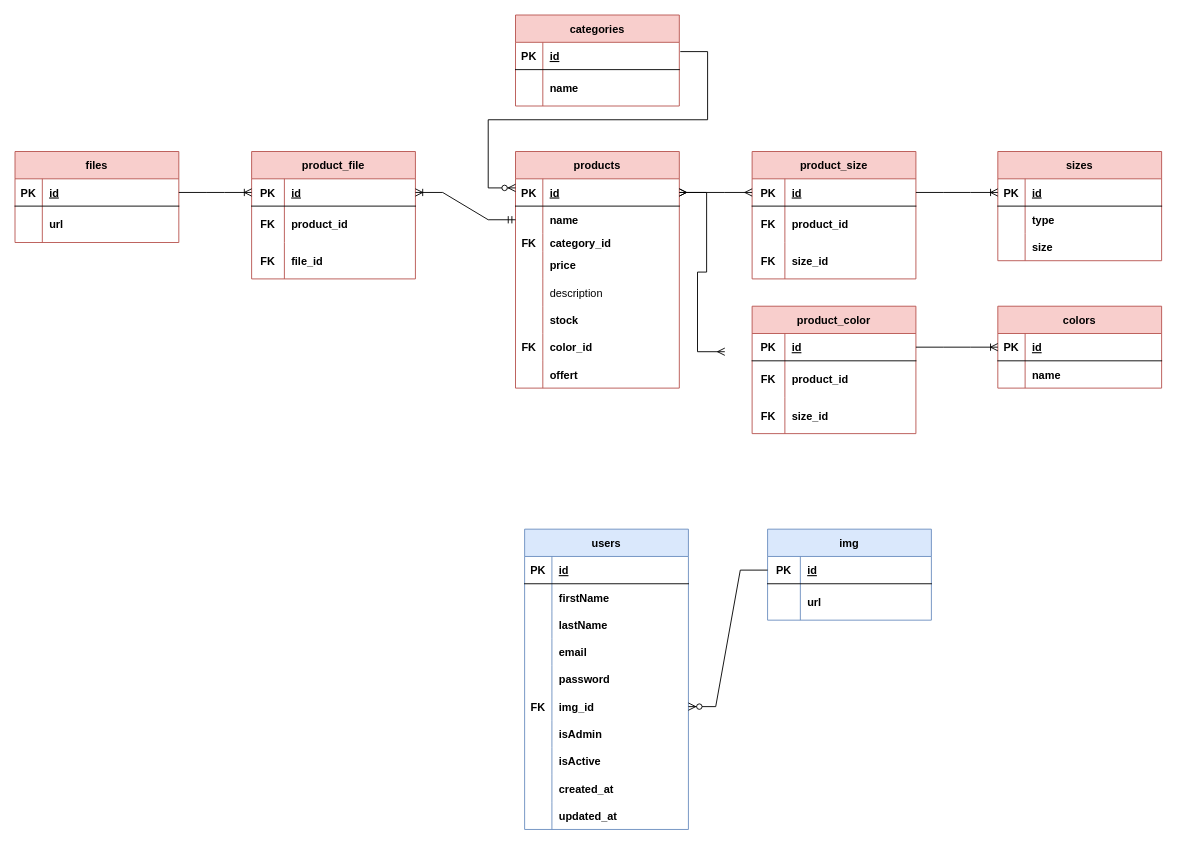
Above: public/Lexaeus-database.drawio in manuel-25/Lexaeus (draw.io), before the change. Source tidied: cells renumbered, new cells numbered last; positions are measured from the earlier drawing's top-left corner, leaving out a move shared by most shapes. Both pictures are drawn from the tidied source at 91%, with x=0, y=0 at pixel (15, 15).
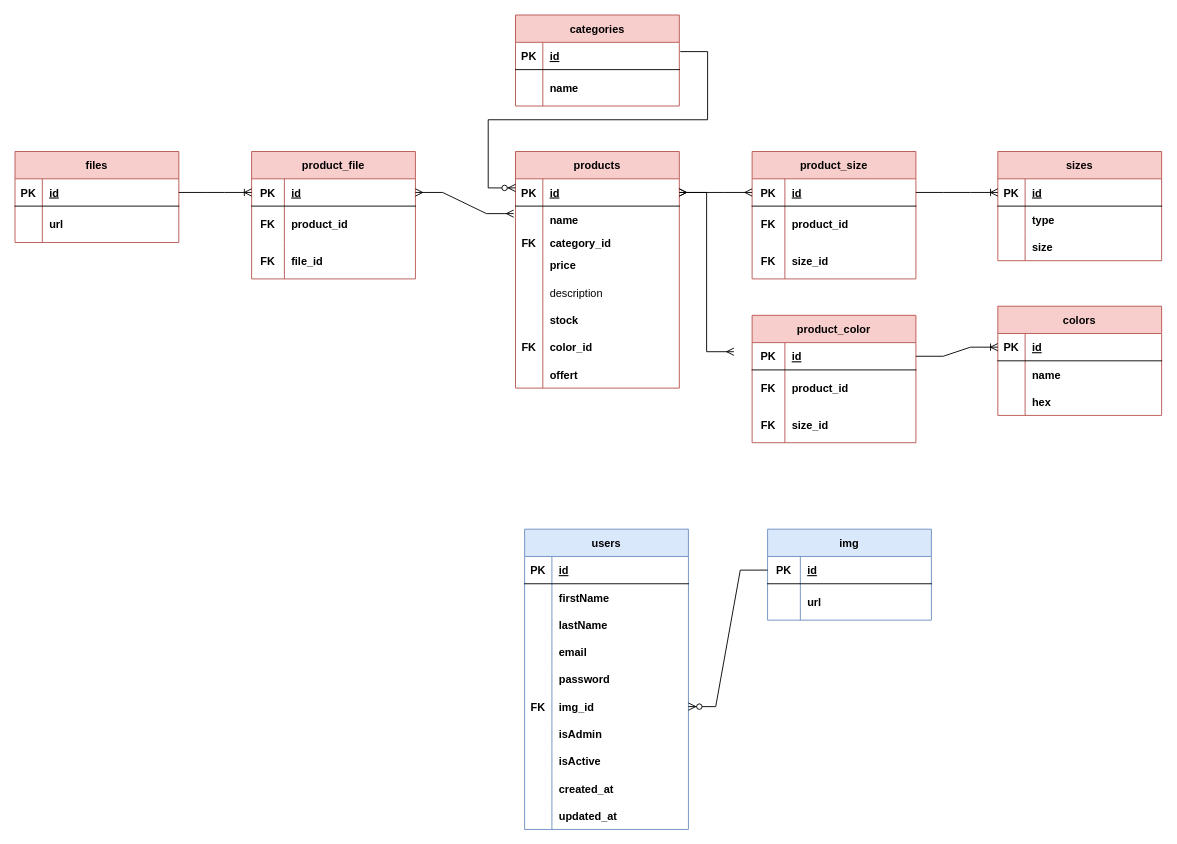
Above is the later version.

The change refers to these unchanged cells:
```xml
<mxCell id="3" style="shape=tableRow;horizontal=0;startSize=0;swimlaneHead=0;swimlaneBody=0;fillColor=none;points=[[0,0.5],[1,0.5]];portConstraint=eastwest;top=0;left=0;right=0;bottom=1;" parent="2" vertex="1">
  <mxGeometry y="30" width="180" height="30" as="geometry" />
</mxCell>
<mxCell id="6" style="shape=tableRow;horizontal=0;startSize=0;swimlaneHead=0;swimlaneBody=0;fillColor=none;points=[[0,0.5],[1,0.5]];portConstraint=eastwest;top=0;left=0;right=0;bottom=0;" parent="2" vertex="1">
  <mxGeometry y="60" width="180" height="30" as="geometry" />
</mxCell>
<mxCell id="73" style="shape=tableRow;horizontal=0;startSize=0;swimlaneHead=0;swimlaneBody=0;fillColor=none;points=[[0,0.5],[1,0.5]];portConstraint=eastwest;top=0;left=0;right=0;bottom=1;labelBorderColor=default;" parent="72" vertex="1">
  <mxGeometry y="30" width="180" height="30" as="geometry" />
</mxCell>
```

What changed in the source:
```diff
@@
     <mxCell id="112" value="product_color" style="shape=table;startSize=30;childLayout=tableLayout;rowLines=0;fontStyle=1;align=center;labelBorderColor=none;verticalAlign=middle;fillColor=#f8cecc;strokeColor=#b85450;" parent="1" vertex="1">
-      <mxGeometry x="810" y="320" width="180" height="140" as="geometry" />
+      <mxGeometry x="810" y="330" width="180" height="140" as="geometry" />
     </mxCell>
@@
     <mxCell id="122" value="colors" style="shape=table;startSize=30;childLayout=tableLayout;rowLines=0;fontStyle=1;align=center;labelBorderColor=none;fillColor=#f8cecc;strokeColor=#b85450;" parent="1" vertex="1">
-      <mxGeometry x="1080" y="320" width="180" height="90" as="geometry" />
+      <mxGeometry x="1080" y="320" width="180" height="120" as="geometry" />
     </mxCell>
@@
+    <mxCell id="134" style="shape=tableRow;horizontal=0;startSize=0;swimlaneHead=0;swimlaneBody=0;fillColor=none;top=0;left=0;right=0;bottom=0;labelBorderColor=none;" parent="122" vertex="1">
+      <mxGeometry y="90" width="180" height="30" as="geometry" />
+    </mxCell>
+    <mxCell id="135" style="shape=partialRectangle;fillColor=none;top=0;left=0;bottom=0;right=0;overflow=hidden;labelBorderColor=none;" parent="134" vertex="1">
+      <mxGeometry width="30" height="30" as="geometry" />
+    </mxCell>
+    <mxCell id="136" value="hex" style="shape=partialRectangle;fillColor=none;top=0;left=0;bottom=0;right=0;align=left;spacingLeft=6;overflow=hidden;labelBorderColor=none;fontStyle=1;" parent="134" vertex="1">
+      <mxGeometry x="30" width="150" height="30" as="geometry" />
+    </mxCell>
     <mxCell id="129" style="edgeStyle=entityRelationEdgeStyle;fontSize=12;html=1;endArrow=ERmany;startArrow=ERmany;rounded=0;exitX=1;exitY=0.5;exitDx=0;exitDy=0;" parent="1" edge="1" source="3">
       <mxGeometry relative="1" as="geometry">
-        <mxPoint x="780" y="370" as="targetPoint" />
+        <mxPoint x="790" y="370" as="targetPoint" />
       </mxGeometry>
     </mxCell>
@@
-    <mxCell id="133" style="edgeStyle=entityRelationEdgeStyle;fontSize=12;html=1;endArrow=ERoneToMany;startArrow=ERmandOne;rounded=0;entryX=1;entryY=0.5;entryDx=0;entryDy=0;exitX=0;exitY=0.5;exitDx=0;exitDy=0;" parent="1" edge="1" source="6" target="73">
-      <mxGeometry relative="1" as="geometry" />
-    </mxCell>
+    <mxCell id="137" style="edgeStyle=entityRelationEdgeStyle;fontSize=12;html=1;endArrow=ERmany;startArrow=ERmany;rounded=0;exitX=1;exitY=0.5;exitDx=0;exitDy=0;entryX=-0.011;entryY=0.275;entryDx=0;entryDy=0;entryPerimeter=0;" parent="1" edge="1" source="73" target="6">
+      <mxGeometry relative="1" as="geometry" />
+    </mxCell>
```
